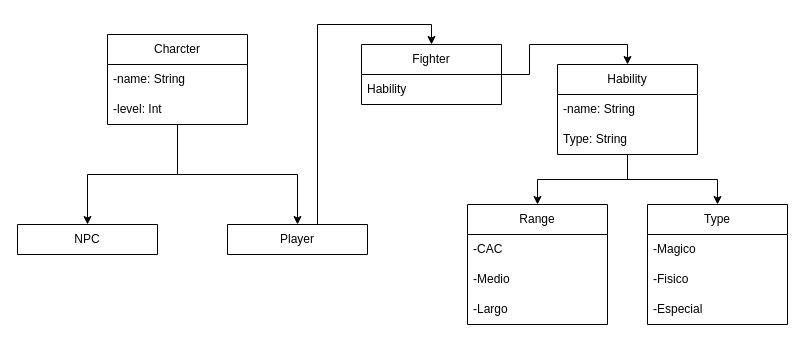
XaviDevWorks/Ex2_RPG keeps this draw.io diagram as RPG.drawio.xml. Above is the earlier version. Source tidied: cells renumbered, new cells numbered last; positions are measured from the earlier drawing's top-left corner, leaving out a move shared by most shapes. Both pictures are drawn from the tidied source at 100%, with x=0, y=0 at pixel (17, 24).
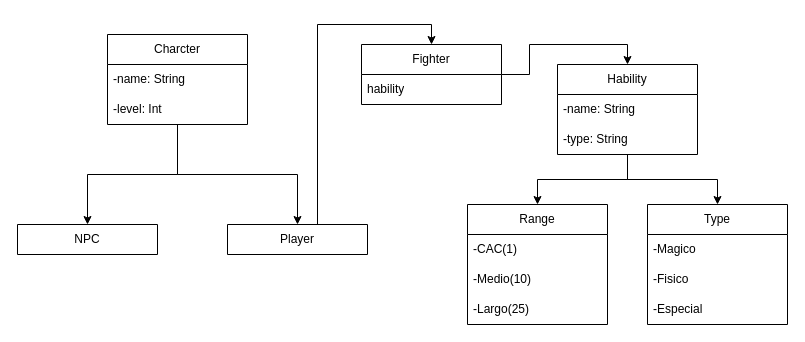
The same page after the edit.

The change refers to these unchanged cells:
```xml
<mxCell id="11" value="Fighter" style="swimlane;fontStyle=0;horizontal=1;startSize=30;whiteSpace=wrap;html=1;" parent="1" vertex="1">
  <mxGeometry x="344" y="20" width="140" height="60" as="geometry" />
</mxCell>
<mxCell id="15" value="Hability" style="swimlane;fontStyle=0;horizontal=1;startSize=30;whiteSpace=wrap;html=1;" parent="1" vertex="1">
  <mxGeometry x="540" y="40" width="140" height="90" as="geometry" />
</mxCell>
<mxCell id="22" value="Range" style="swimlane;fontStyle=0;horizontal=1;startSize=30;whiteSpace=wrap;html=1;" parent="1" vertex="1">
  <mxGeometry x="450" y="180" width="140" height="120" as="geometry" />
</mxCell>
```

What changed in the source:
```diff
@@
-    <mxCell id="12" value="Hability" style="text;strokeColor=none;fillColor=none;align=left;verticalAlign=middle;spacingLeft=4;spacingRight=4;overflow=hidden;whiteSpace=wrap;html=1;" parent="11" vertex="1">
+    <mxCell id="12" value="hability" style="text;strokeColor=none;fillColor=none;align=left;verticalAlign=middle;spacingLeft=4;spacingRight=4;overflow=hidden;whiteSpace=wrap;html=1;" parent="11" vertex="1">
       <mxGeometry y="30" width="140" height="30" as="geometry" />
     </mxCell>
@@
-    <mxCell id="17" value="Type: String" style="text;strokeColor=none;fillColor=none;align=left;verticalAlign=middle;spacingLeft=4;spacingRight=4;overflow=hidden;whiteSpace=wrap;html=1;" parent="15" vertex="1">
+    <mxCell id="17" value="-type: String" style="text;strokeColor=none;fillColor=none;align=left;verticalAlign=middle;spacingLeft=4;spacingRight=4;overflow=hidden;whiteSpace=wrap;html=1;" parent="15" vertex="1">
       <mxGeometry y="60" width="140" height="30" as="geometry" />
     </mxCell>
@@
-    <mxCell id="23" value="-CAC" style="text;strokeColor=none;fillColor=none;align=left;verticalAlign=middle;spacingLeft=4;spacingRight=4;overflow=hidden;whiteSpace=wrap;html=1;" parent="22" vertex="1">
+    <mxCell id="23" value="-CAC(1)" style="text;strokeColor=none;fillColor=none;align=left;verticalAlign=middle;spacingLeft=4;spacingRight=4;overflow=hidden;whiteSpace=wrap;html=1;" parent="22" vertex="1">
       <mxGeometry y="30" width="140" height="30" as="geometry" />
     </mxCell>
-    <mxCell id="24" value="-Medio" style="text;strokeColor=none;fillColor=none;align=left;verticalAlign=middle;spacingLeft=4;spacingRight=4;overflow=hidden;whiteSpace=wrap;html=1;" parent="22" vertex="1">
+    <mxCell id="24" value="-Medio(10)" style="text;strokeColor=none;fillColor=none;align=left;verticalAlign=middle;spacingLeft=4;spacingRight=4;overflow=hidden;whiteSpace=wrap;html=1;" parent="22" vertex="1">
       <mxGeometry y="60" width="140" height="30" as="geometry" />
     </mxCell>
-    <mxCell id="25" value="-Largo" style="text;strokeColor=none;fillColor=none;align=left;verticalAlign=middle;spacingLeft=4;spacingRight=4;overflow=hidden;whiteSpace=wrap;html=1;" parent="22" vertex="1">
+    <mxCell id="25" value="-Largo(25)" style="text;strokeColor=none;fillColor=none;align=left;verticalAlign=middle;spacingLeft=4;spacingRight=4;overflow=hidden;whiteSpace=wrap;html=1;" parent="22" vertex="1">
       <mxGeometry y="90" width="140" height="30" as="geometry" />
     </mxCell>
```
